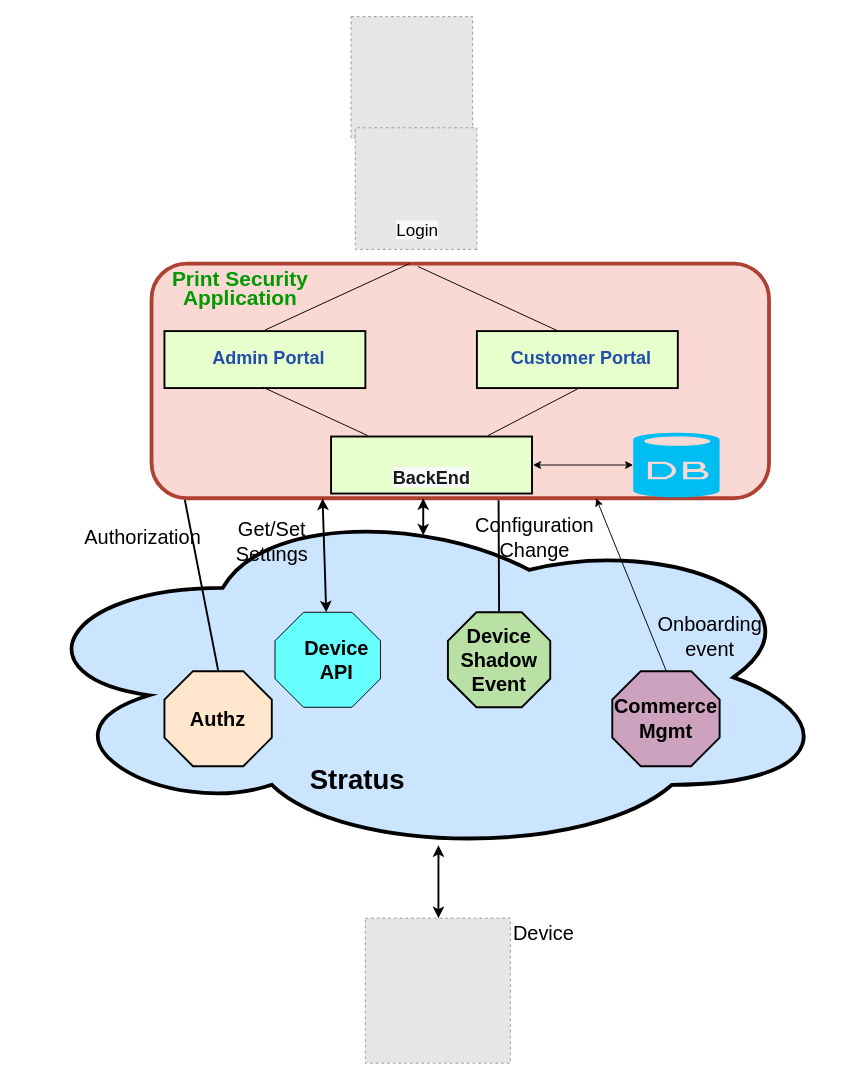
Above: diagrams/Untitled Diagram.drawio in Vignesh40/Vignesh40 (draw.io), before the change. Source tidied: cells renumbered, new cells numbered last; positions are measured from the earlier drawing's top-left corner, leaving out a move shared by most shapes. Both pictures are drawn from the tidied source at 95%, with x=0, y=0 at pixel (18, 16). Pictures stored in the file or linked from it are replaced by grey dashed boxes.
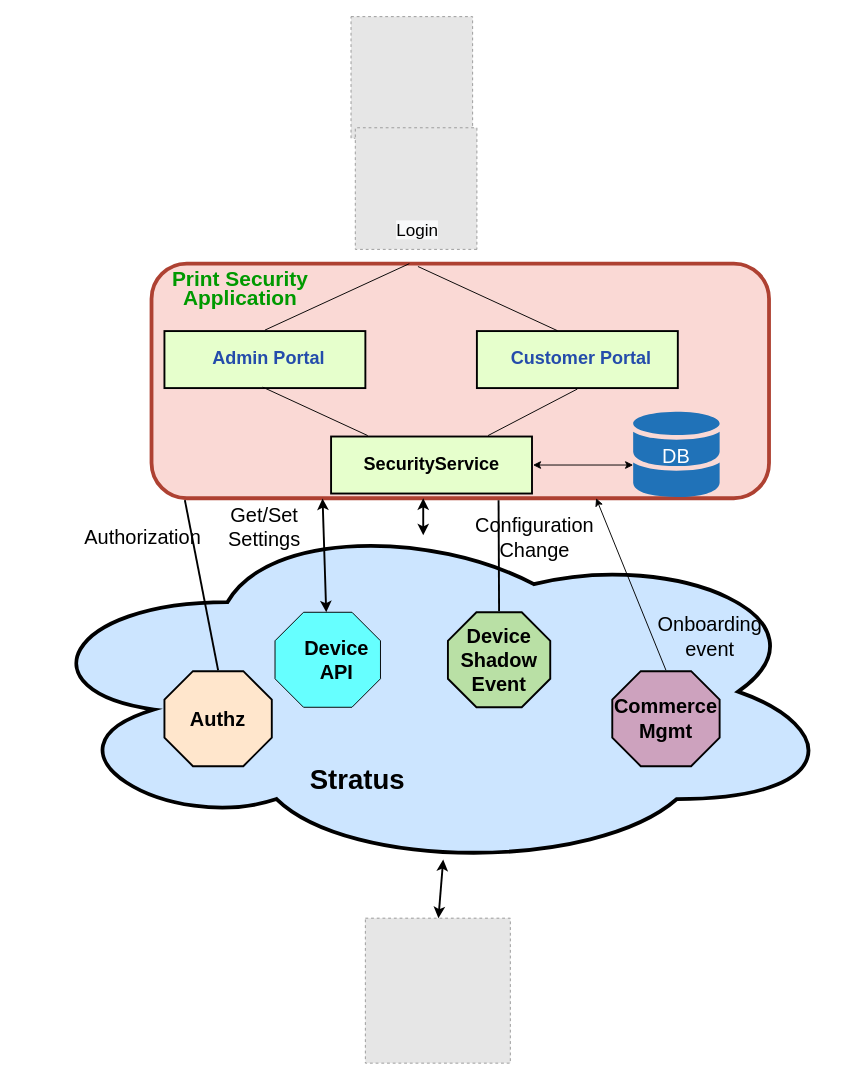
The same page after the edit.

The edit, as a diff of the source:
```diff
@@
-    <mxCell id="12" value="&lt;p style=&quot;line-height: 140%;&quot;&gt;&lt;font style=&quot;font-size: 19px;&quot;&gt;&lt;b style=&quot;&quot;&gt;&lt;font color=&quot;#1a1a1a&quot;&gt;&lt;br&gt;&lt;span style=&quot;font-family: Helvetica; font-style: normal; font-variant-ligatures: normal; font-variant-caps: normal; letter-spacing: normal; orphans: 2; text-align: center; text-indent: 0px; text-transform: none; widows: 2; word-spacing: 0px; -webkit-text-stroke-width: 0px; background-color: rgb(248, 249, 250); text-decoration-thickness: initial; text-decoration-style: initial; text-decoration-color: initial; float: none; display: inline !important;&quot;&gt;BackEnd&lt;/span&gt;&lt;/font&gt;&lt;br&gt;&lt;/b&gt;&lt;/font&gt;&lt;/p&gt;" style="rounded=0;whiteSpace=wrap;html=1;sketch=0;strokeColor=#000000;fontSize=18;fillColor=#E6FFCC;strokeWidth=2;perimeterSpacing=1;" parent="1" vertex="1">
+    <mxCell id="12" value="&lt;p style=&quot;line-height: 140%;&quot;&gt;&lt;font style=&quot;font-size: 19px;&quot;&gt;&lt;b style=&quot;&quot;&gt;SecurityService&lt;/b&gt;&lt;/font&gt;&lt;/p&gt;" style="rounded=0;whiteSpace=wrap;html=1;sketch=0;strokeColor=#000000;fontSize=18;fillColor=#E6FFCC;strokeWidth=2;perimeterSpacing=1;" parent="1" vertex="1">
       <mxGeometry x="329" y="442" width="211.5" height="60" as="geometry" />
     </mxCell>
@@
     <mxCell id="17" style="ellipse;shape=cloud;whiteSpace=wrap;html=1;align=center;sketch=0;strokeColor=#000000;fontSize=21;fontColor=#660033;fillColor=#CCE5FF;strokeWidth=4;" parent="1" vertex="1">
-      <mxGeometry y="507" width="860" height="377" as="geometry" />
+      <mxGeometry x="5" y="522" width="860" height="377" as="geometry" />
     </mxCell>
-    <mxCell id="18" style="verticalLabelPosition=bottom;html=1;verticalAlign=top;align=center;strokeColor=none;fillColor=#00BEF2;shape=mxgraph.azure.database;sketch=0;fontSize=21;fontColor=#660033;" parent="1" vertex="1">
-      <mxGeometry x="647" y="438" width="91" height="68" as="geometry" />
-    </mxCell>
-    <mxCell id="19" style="endArrow=classic;startArrow=classic;html=1;rounded=0;strokeWidth=1;fontSize=21;fontColor=#660033;entryX=0;entryY=0.5;entryDx=0;entryDy=0;entryPerimeter=0;exitX=1;exitY=0.5;exitDx=0;exitDy=0;" parent="1" edge="1" source="12" target="18">
-      <mxGeometry relative="1" as="geometry" />
+    <mxCell id="19" style="endArrow=classic;startArrow=classic;html=1;rounded=0;strokeWidth=1;fontSize=21;fontColor=#660033;entryX=0;entryY=0.5;entryDx=0;entryDy=0;entryPerimeter=0;exitX=1;exitY=0.5;exitDx=0;exitDy=0;" parent="1" edge="1" source="12">
+      <mxGeometry relative="1" as="geometry">
+        <mxPoint x="647" y="472" as="targetPoint" />
+      </mxGeometry>
     </mxCell>
@@
     <mxCell id="31" value="&lt;font style=&quot;&quot; color=&quot;#000000&quot;&gt;Get/Set Settings&lt;/font&gt;" style="text;html=1;strokeColor=none;fillColor=none;align=center;verticalAlign=middle;whiteSpace=wrap;rounded=0;sketch=0;fontSize=21;fontColor=#FF66FF;" parent="1" vertex="1">
-      <mxGeometry x="205" y="537" width="124" height="30" as="geometry" />
+      <mxGeometry x="197.3" y="522" width="124" height="30" as="geometry" />
     </mxCell>
@@
-    <mxCell id="37" value="&lt;font style=&quot;&quot; color=&quot;#000000&quot;&gt;Device&lt;/font&gt;" style="text;html=1;strokeColor=none;fillColor=none;align=center;verticalAlign=middle;whiteSpace=wrap;rounded=0;sketch=0;fontSize=21;fontColor=#FF66FF;" parent="1" vertex="1">
-      <mxGeometry x="491" y="949" width="124" height="30" as="geometry" />
-    </mxCell>
+    <mxCell id="38" style="sketch=0;shadow=0;dashed=0;html=1;strokeColor=none;labelPosition=center;verticalLabelPosition=bottom;verticalAlign=top;align=center;shape=mxgraph.office.databases.database_mini_2;fillColor=#2072B8;labelBackgroundColor=none;strokeWidth=2;fontSize=22;fontColor=#009900;" parent="1" vertex="1">
+      <mxGeometry x="647" y="416" width="91" height="91" as="geometry" />
+    </mxCell>
+    <mxCell id="39" value="&lt;font color=&quot;#ffffff&quot;&gt;DB&lt;/font&gt;" style="text;html=1;strokeColor=none;fillColor=none;align=center;verticalAlign=middle;whiteSpace=wrap;rounded=0;sketch=0;fontSize=21;fontColor=#FF66FF;" parent="1" vertex="1">
+      <mxGeometry x="639.9" y="446.5" width="105.2" height="30" as="geometry" />
+    </mxCell>
```
